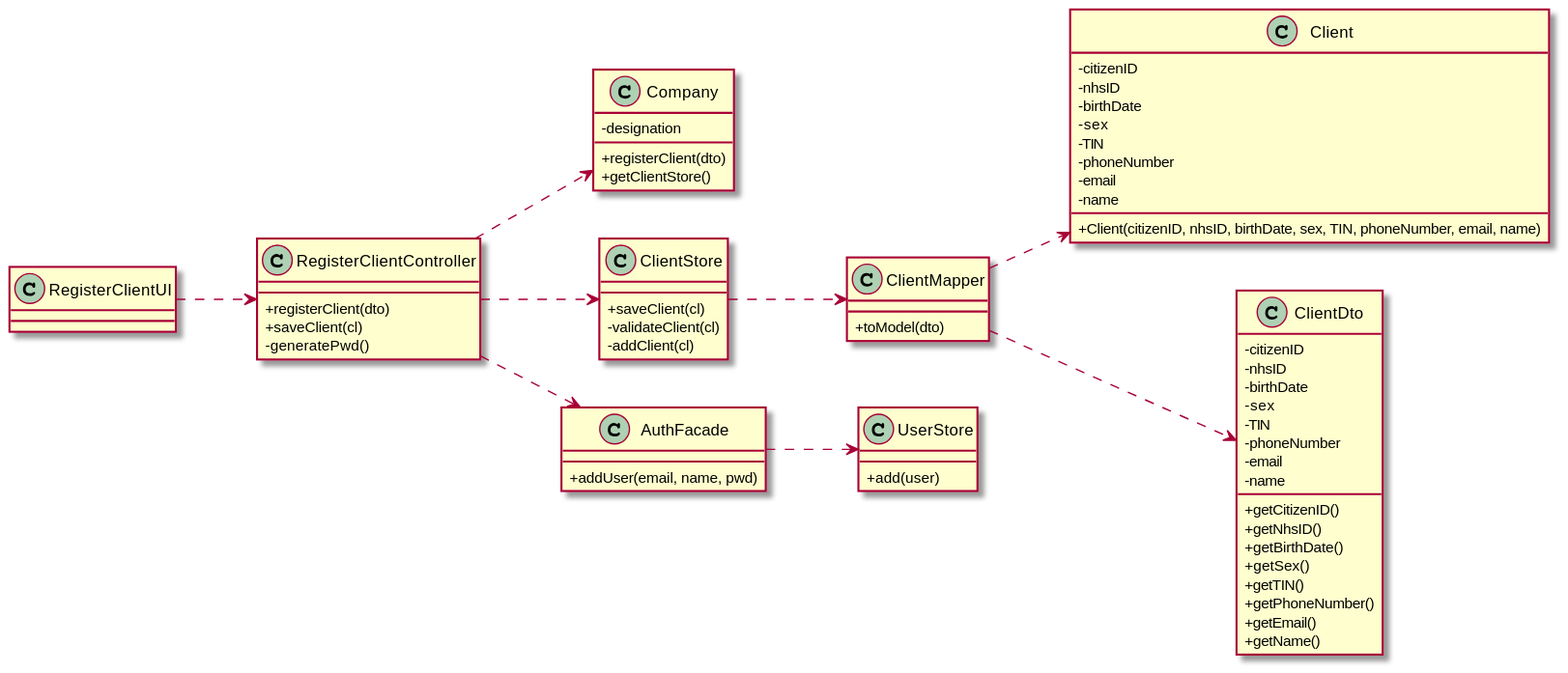
Before: docs/SprintB/US03/US03-CD.svg, a diagram exported from PlantUML (0franciscor/lei-21-s2-1de-g19).
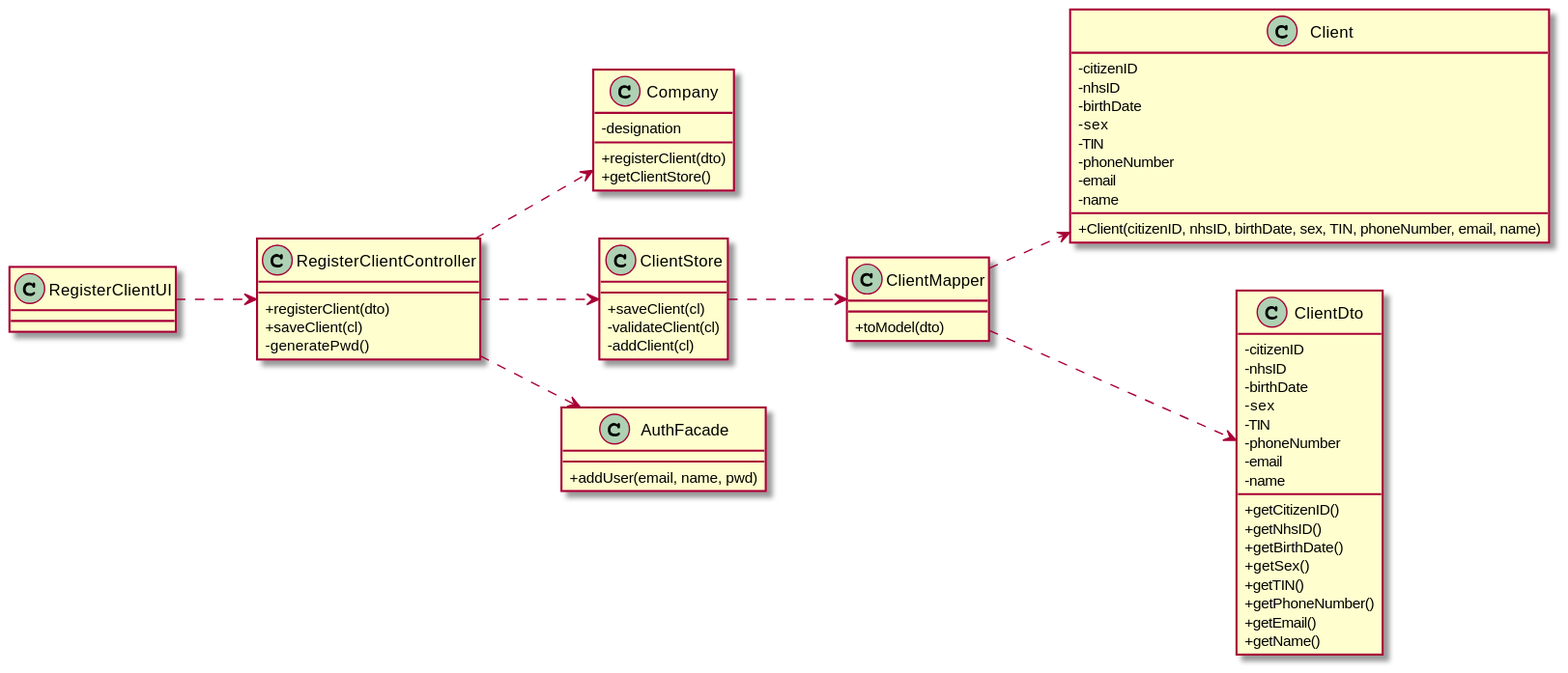
After the commit.

Commit message:
Pequena alteração no CD da US3

The edit, as a diff of the source:
```diff
@@ -61,10 +61,6 @@
 +toModel(dto)
 }
 
-class "UserStore" as US {
-+add(user)
-}
-
 RCUI ..> RCC
 RCC ..> C
 RCC ..> CS
@@ -72,6 +68,6 @@
 CM ..> CDTO
 CM ..> cl
 RCC ..> AF
-AF ..> US
+
 
 @enduml
```
